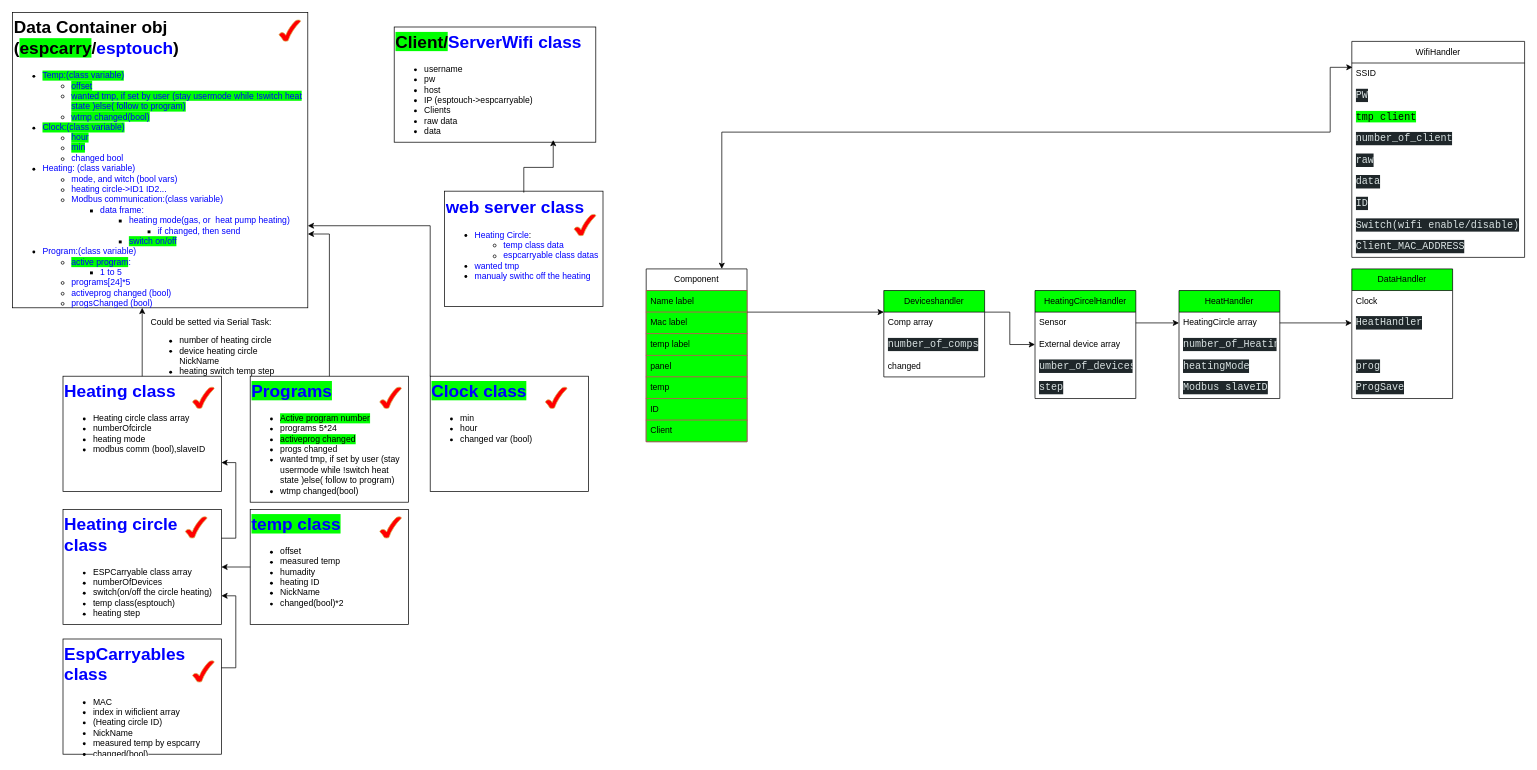
The draw.io diagram page "DataHandler" (2 of 11) of ESP devices buildup.drawio in LBroKerR/ESP32_Thermostats, before the edit. Source tidied: cells renumbered, new cells numbered last; positions are measured from the earlier drawing's top-left corner, leaving out a move shared by most shapes. Both pictures are drawn from the tidied source at 72%, with x=0, y=0 at pixel (12, 12).
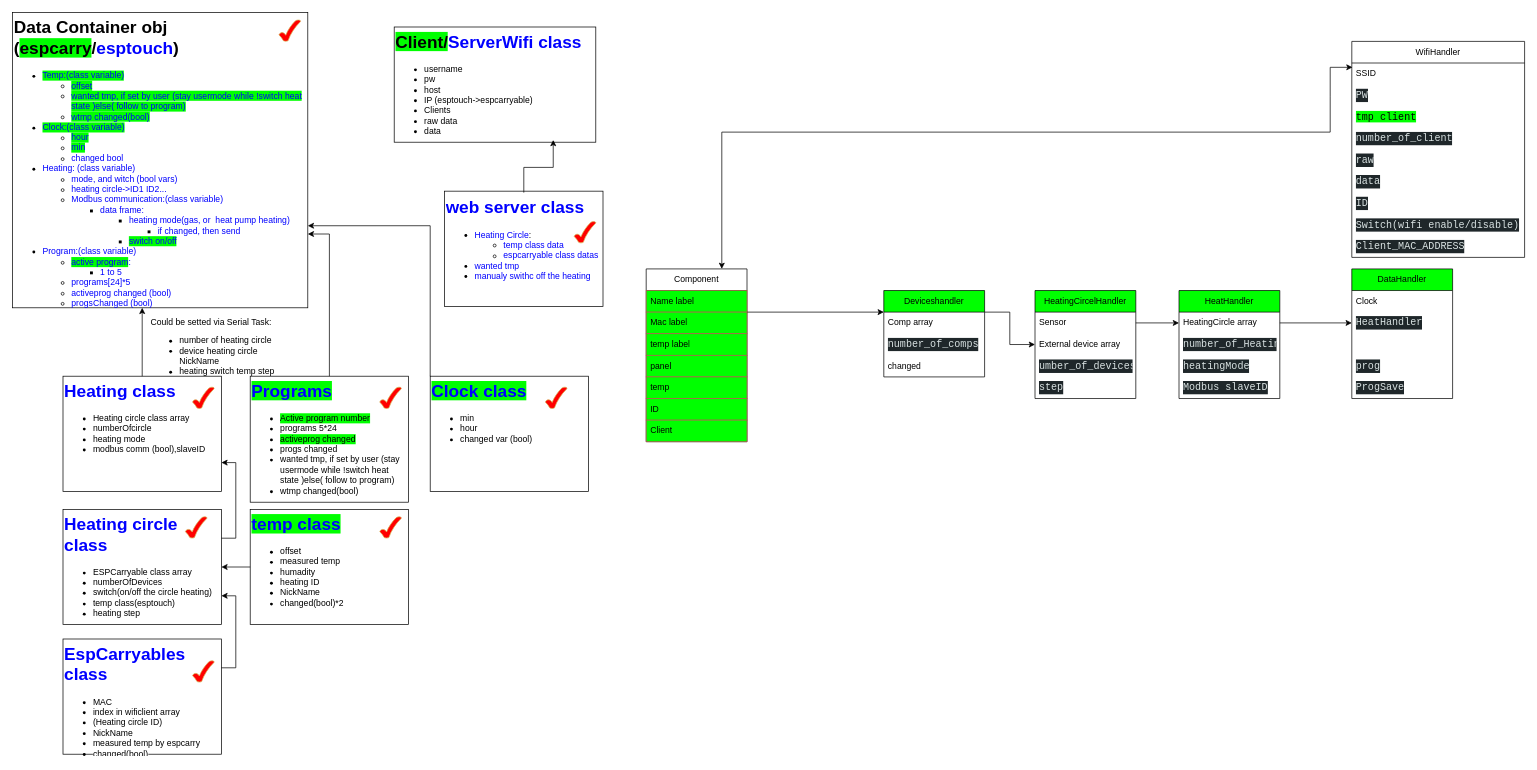
The same diagram, later.

The edit, as a diff of the source:
```diff
@@
-    <mxCell id="78" style="verticalLabelPosition=bottom;verticalAlign=top;html=1;shape=mxgraph.basic.tick;fillColor=#FF0000;strokeColor=#d6b656;" parent="1" vertex="1">
-      <mxGeometry x="780" y="280" width="30" height="30" as="geometry" />
-    </mxCell>
+    <mxCell id="79" style="verticalLabelPosition=bottom;verticalAlign=top;html=1;shape=mxgraph.basic.tick;fillColor=#FF0000;strokeColor=#d6b656;" parent="1" vertex="1">
+      <mxGeometry x="780" y="290" width="30" height="30" as="geometry" />
+    </mxCell>
```
